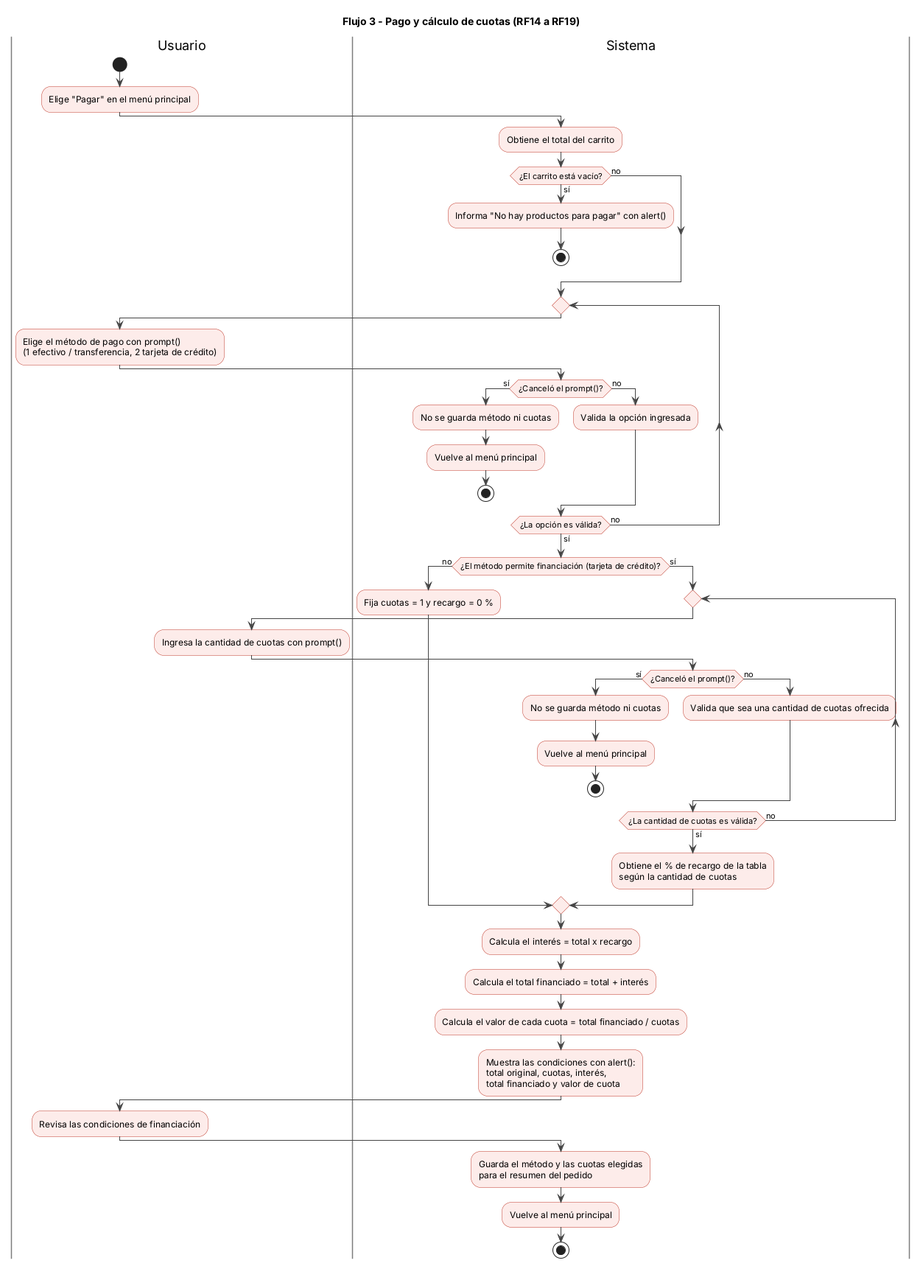
Before: docs/05-diagramas/01-diagrama-de-actividades/actividad-flujo-3-pago-cuotas.png, a diagram exported from PlantUML (angelgc9107-lgtm/ProyectoFerreteria_GRP05).
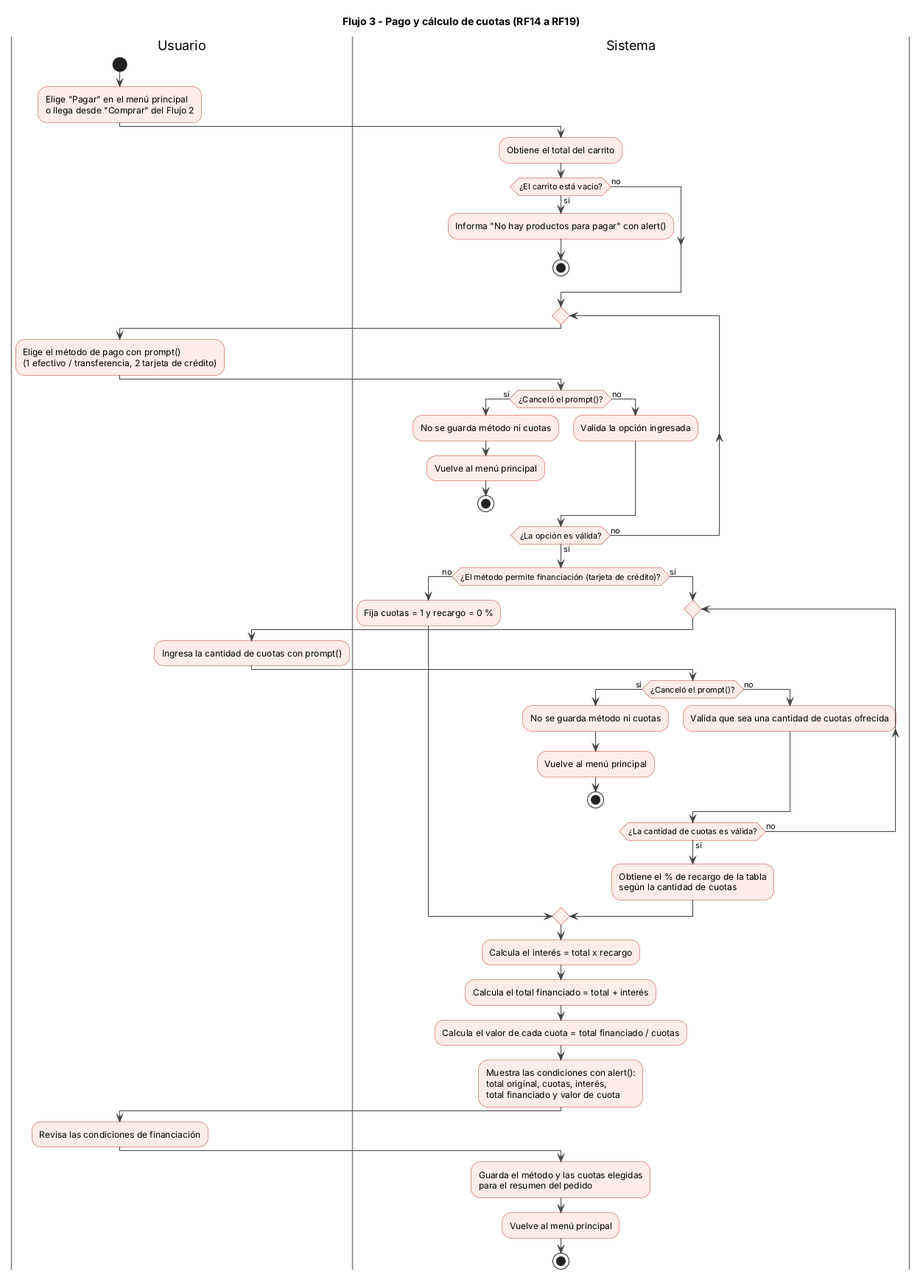
Above is the later version.

Commit message:
Correccion de changelog y diagramas

The edit, as a diff of the source:
```diff
@@ -8,7 +8,8 @@
 
 |Usuario|
 start
-:Elige "Pagar" en el menú principal;
+:Elige "Pagar" en el menú principal
+o llega desde "Comprar" del Flujo 2;
 
 |Sistema|
 :Obtiene el total del carrito;
```
